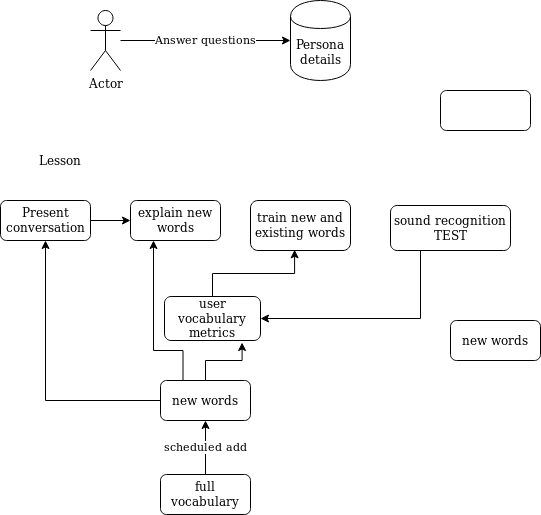
Above: Language Tutor.png in Mr-Ruben/ml (draw.io), before the change. Source tidied: cells renumbered, new cells last; positions are measured from the earlier drawing's top-left corner, leaving out a move shared by most shapes. Its diagram source:
```xml
<mxGraphModel>
  <root>
    <mxCell id="0" />
    <mxCell id="1" parent="0" />
    <mxCell id="2" value="Answer questions" style="edgeStyle=orthogonalEdgeStyle;rounded=0;jettySize=auto;html=1;" parent="1" edge="1" source="3" target="4">
      <mxGeometry relative="1" as="geometry" />
    </mxCell>
    <mxCell id="3" value="Actor" style="shape=umlActor;verticalLabelPosition=bottom;labelBackgroundColor=#ffffff;verticalAlign=top;html=1;outlineConnect=0;" parent="1" vertex="1">
      <mxGeometry x="90" y="10" width="30" height="60" as="geometry" />
    </mxCell>
    <mxCell id="4" value="Persona details" style="shape=cylinder;whiteSpace=wrap;html=1;boundedLbl=1;backgroundOutline=1;" parent="1" vertex="1">
      <mxGeometry x="290" width="60" height="80" as="geometry" />
    </mxCell>
    <mxCell id="5" value="Lesson" style="text;html=1;strokeColor=none;fillColor=none;align=center;verticalAlign=middle;whiteSpace=wrap;rounded=0;" parent="1" vertex="1">
      <mxGeometry x="40" y="150" width="40" height="20" as="geometry" />
    </mxCell>
    <mxCell id="6" style="edgeStyle=orthogonalEdgeStyle;rounded=0;jettySize=auto;html=1;entryX=0;entryY=0.5;entryDx=0;entryDy=0;" parent="1" edge="1" source="7" target="8">
      <mxGeometry relative="1" as="geometry" />
    </mxCell>
    <mxCell id="7" value="Present conversation" style="rounded=1;whiteSpace=wrap;html=1;" parent="1" vertex="1">
      <mxGeometry y="200" width="90" height="40" as="geometry" />
    </mxCell>
    <mxCell id="8" value="explain new words" style="rounded=1;whiteSpace=wrap;html=1;" parent="1" vertex="1">
      <mxGeometry x="130" y="200" width="90" height="40" as="geometry" />
    </mxCell>
    <mxCell id="9" value="train new and existing words" style="rounded=1;whiteSpace=wrap;html=1;" parent="1" vertex="1">
      <mxGeometry x="250" y="200" width="100" height="50" as="geometry" />
    </mxCell>
    <mxCell id="10" value="new words" style="rounded=1;whiteSpace=wrap;html=1;" parent="1" vertex="1">
      <mxGeometry x="450" y="320" width="90" height="40" as="geometry" />
    </mxCell>
    <mxCell id="11" style="rounded=1;whiteSpace=wrap;html=1;" parent="1" vertex="1">
      <mxGeometry x="440" y="90" width="90" height="40" as="geometry" />
    </mxCell>
    <mxCell id="12" style="edgeStyle=orthogonalEdgeStyle;rounded=0;jettySize=auto;html=1;entryX=0.441;entryY=0.986;entryDx=0;entryDy=0;entryPerimeter=0;" parent="1" edge="1" source="13" target="9">
      <mxGeometry relative="1" as="geometry" />
    </mxCell>
    <mxCell id="13" value="user vocabulary metrics" style="rounded=1;whiteSpace=wrap;html=1;" parent="1" vertex="1">
      <mxGeometry x="164" y="296" width="96" height="44" as="geometry" />
    </mxCell>
    <mxCell id="14" value="scheduled add" style="edgeStyle=orthogonalEdgeStyle;rounded=0;jettySize=auto;html=1;entryX=0.5;entryY=1;entryDx=0;entryDy=0;" parent="1" edge="1" source="15" target="19">
      <mxGeometry relative="1" as="geometry" />
    </mxCell>
    <mxCell id="15" value="full vocabulary" style="rounded=1;whiteSpace=wrap;html=1;" parent="1" vertex="1">
      <mxGeometry x="160" y="474" width="90" height="40" as="geometry" />
    </mxCell>
    <mxCell id="16" style="edgeStyle=orthogonalEdgeStyle;rounded=0;jettySize=auto;html=1;entryX=0.5;entryY=1;entryDx=0;entryDy=0;" parent="1" edge="1" source="19" target="7">
      <mxGeometry relative="1" as="geometry" />
    </mxCell>
    <mxCell id="17" style="edgeStyle=orthogonalEdgeStyle;rounded=0;jettySize=auto;html=1;exitX=0.25;exitY=0;exitDx=0;exitDy=0;" parent="1" edge="1" source="19">
      <mxGeometry relative="1" as="geometry">
        <mxPoint x="153" y="240" as="targetPoint" />
        <Array as="points">
          <mxPoint x="182" y="350" />
          <mxPoint x="153" y="350" />
          <mxPoint x="153" y="240" />
        </Array>
      </mxGeometry>
    </mxCell>
    <mxCell id="18" style="edgeStyle=orthogonalEdgeStyle;rounded=0;jettySize=auto;html=1;entryX=0.808;entryY=1.046;entryDx=0;entryDy=0;entryPerimeter=0;" parent="1" edge="1" source="19" target="13">
      <mxGeometry relative="1" as="geometry" />
    </mxCell>
    <mxCell id="19" value="new words" style="rounded=1;whiteSpace=wrap;html=1;" parent="1" vertex="1">
      <mxGeometry x="160" y="380" width="90" height="40" as="geometry" />
    </mxCell>
    <mxCell id="20" style="edgeStyle=orthogonalEdgeStyle;rounded=0;jettySize=auto;html=1;entryX=1;entryY=0.5;entryDx=0;entryDy=0;exitX=0.25;exitY=1;exitDx=0;exitDy=0;" parent="1" edge="1" source="21" target="13">
      <mxGeometry relative="1" as="geometry" />
    </mxCell>
    <mxCell id="21" value="sound recognition TEST" style="rounded=1;whiteSpace=wrap;html=1;" parent="1" vertex="1">
      <mxGeometry x="390" y="205" width="120" height="45" as="geometry" />
    </mxCell>
  </root>
</mxGraphModel>
```
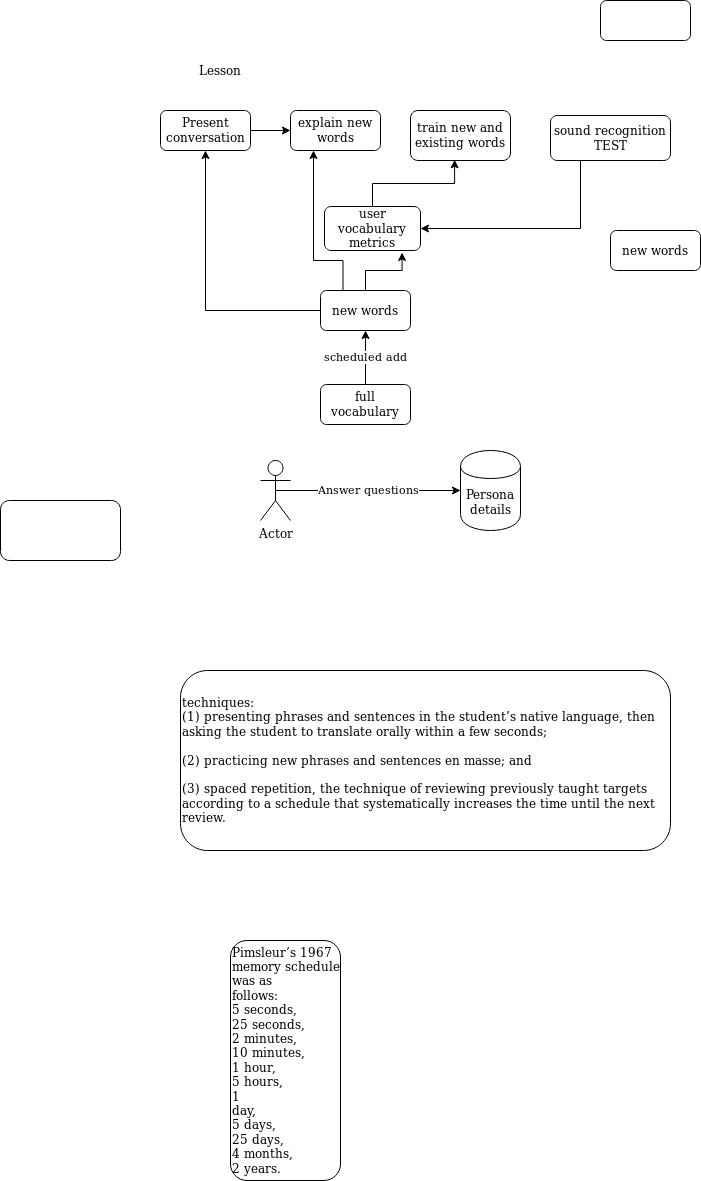
The same file after the commit.

Diff of the diagram source:
```diff
@@ -2,14 +2,14 @@
   <root>
     <mxCell id="0" />
     <mxCell id="1" parent="0" />
-    <mxCell id="2" value="Answer questions" style="edgeStyle=orthogonalEdgeStyle;rounded=0;jettySize=auto;html=1;" parent="1" edge="1" source="3" target="4">
+    <mxCell id="2" value="Answer questions" style="edgeStyle=orthogonalEdgeStyle;rounded=0;jettySize=auto;html=1;exitX=0.5;exitY=0.5;exitDx=0;exitDy=0;exitPerimeter=0;" parent="1" edge="1" source="3" target="4">
       <mxGeometry relative="1" as="geometry" />
     </mxCell>
     <mxCell id="3" value="Actor" style="shape=umlActor;verticalLabelPosition=bottom;labelBackgroundColor=#ffffff;verticalAlign=top;html=1;outlineConnect=0;" parent="1" vertex="1">
-      <mxGeometry x="90" y="10" width="30" height="60" as="geometry" />
+      <mxGeometry x="100" y="550" width="30" height="60" as="geometry" />
     </mxCell>
     <mxCell id="4" value="Persona details" style="shape=cylinder;whiteSpace=wrap;html=1;boundedLbl=1;backgroundOutline=1;" parent="1" vertex="1">
-      <mxGeometry x="290" width="60" height="80" as="geometry" />
+      <mxGeometry x="300" y="540" width="60" height="80" as="geometry" />
     </mxCell>
     <mxCell id="5" value="Lesson" style="text;html=1;strokeColor=none;fillColor=none;align=center;verticalAlign=middle;whiteSpace=wrap;rounded=0;" parent="1" vertex="1">
       <mxGeometry x="40" y="150" width="40" height="20" as="geometry" />
@@ -69,5 +69,14 @@
     <mxCell id="21" value="sound recognition TEST" style="rounded=1;whiteSpace=wrap;html=1;" parent="1" vertex="1">
       <mxGeometry x="390" y="205" width="120" height="45" as="geometry" />
     </mxCell>
+    <mxCell id="22" style="rounded=1;whiteSpace=wrap;html=1;" parent="1" vertex="1">
+      <mxGeometry x="-160" y="590" width="120" height="60" as="geometry" />
+    </mxCell>
+    <mxCell id="23" value="techniques: &lt;br&gt;(1) presenting phrases and sentences in the student’s native language, then asking the student to translate orally within a few seconds; &lt;br&gt;&lt;br&gt;(2) practicing new phrases and sentences en masse; and &lt;br&gt;&lt;br&gt;(3) spaced repetition, the technique of reviewing previously taught targets according to a schedule that systematically increases the time until the next review.&lt;br&gt;" style="rounded=1;whiteSpace=wrap;html=1;align=left;" parent="1" vertex="1">
+      <mxGeometry x="20" y="760" width="490" height="180" as="geometry" />
+    </mxCell>
+    <mxCell id="24" value="&lt;span style=&quot;color: #000000&quot;&gt;Pimsleur’s 1967 memory schedule was as &lt;br&gt;&lt;/span&gt;&lt;div&gt;&lt;span style=&quot;color: #000000&quot;&gt;follows: &lt;br&gt;&lt;/span&gt;&lt;/div&gt;&lt;div&gt;&lt;span style=&quot;color: #000000&quot;&gt;5 seconds, &lt;br&gt;&lt;/span&gt;&lt;/div&gt;&lt;div&gt;&lt;span style=&quot;color: #000000&quot;&gt;25 seconds, &lt;br&gt;&lt;/span&gt;&lt;/div&gt;&lt;div&gt;&lt;span style=&quot;color: #000000&quot;&gt;2 minutes, &lt;br&gt;&lt;/span&gt;&lt;/div&gt;&lt;div&gt;&lt;span style=&quot;color: #000000&quot;&gt;10 minutes, &lt;br&gt;&lt;/span&gt;&lt;/div&gt;&lt;div&gt;&lt;span style=&quot;color: #000000&quot;&gt;1 hour, &lt;br&gt;&lt;/span&gt;&lt;/div&gt;&lt;div&gt;&lt;span style=&quot;color: #000000&quot;&gt;5 hours, &lt;br&gt;&lt;/span&gt;&lt;/div&gt;&lt;div&gt;&lt;span style=&quot;color: #000000&quot;&gt;1&lt;/span&gt;&lt;/div&gt;&lt;div&gt;&lt;span style=&quot;color: #000000&quot;&gt;&lt;/span&gt;&lt;/div&gt;&lt;div&gt;&lt;span style=&quot;color: #000000&quot;&gt; day, &lt;br&gt;&lt;/span&gt;&lt;/div&gt;&lt;div&gt;&lt;span style=&quot;color: #000000&quot;&gt;5 days, &lt;br&gt;&lt;/span&gt;&lt;/div&gt;&lt;div&gt;&lt;span style=&quot;color: #000000&quot;&gt;25 days, &lt;br&gt;&lt;/span&gt;&lt;/div&gt;&lt;div&gt;&lt;span style=&quot;color: #000000&quot;&gt;4 months, &lt;br&gt;&lt;/span&gt;&lt;/div&gt;&lt;div&gt;&lt;span style=&quot;color: #000000&quot;&gt;2 years.&lt;/span&gt;&lt;/div&gt;" style="rounded=1;whiteSpace=wrap;html=1;align=left;" parent="1" vertex="1">
+      <mxGeometry x="70" y="1030" width="110" height="240" as="geometry" />
+    </mxCell>
   </root>
 </mxGraphModel>
```
